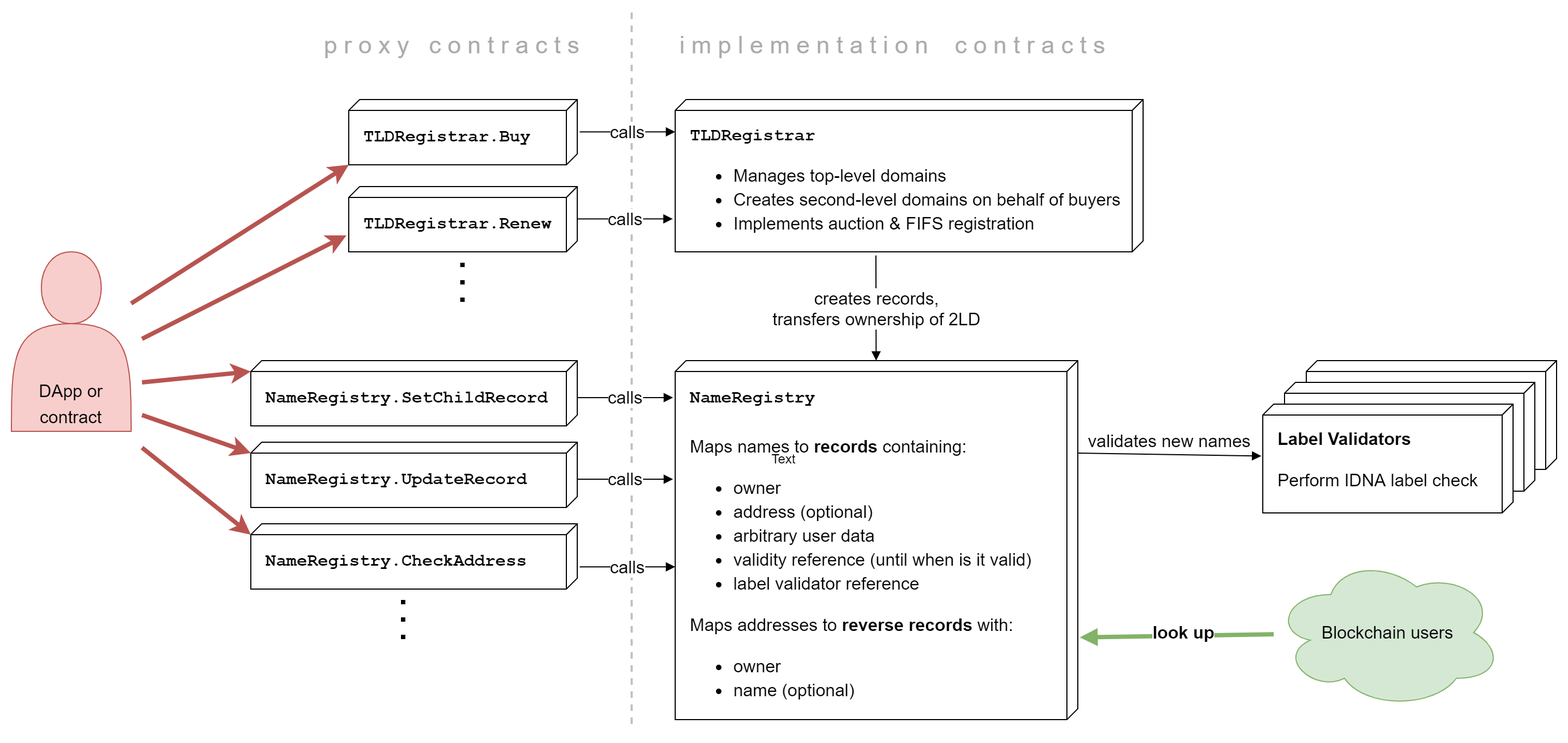
This is .gitbook/assets/smart_contracts.png from tezos-domains/docs, a draw.io export, as it was before one commit. Source tidied: cells renumbered, new cells last; positions are measured from the earlier drawing's top-left corner, leaving out a move shared by most shapes. Its diagram source:
```xml
<mxGraphModel background="#ffffff">
  <root>
    <mxCell id="0" />
    <mxCell id="1" parent="0" />
    <mxCell id="2" style="endArrow=none;html=1;strokeWidth=2;fontSize=22;dashed=1;strokeColor=#C2C2C2;spacing=2;jumpSize=12;startSize=6;jumpStyle=none;endSize=6;targetPerimeterSpacing=0;" parent="1" edge="1">
      <mxGeometry relative="1" as="geometry">
        <mxPoint x="570" as="sourcePoint" />
        <mxPoint x="570" y="660" as="targetPoint" />
      </mxGeometry>
    </mxCell>
    <mxCell id="3" value="&lt;font&gt;&lt;br&gt;&lt;/font&gt;" style="verticalAlign=top;align=left;spacingTop=16;spacingLeft=12;spacingRight=12;shape=cube;size=10;direction=south;fontStyle=0;html=1;fontSize=16;fontColor=#000000;" parent="1" vertex="1">
      <mxGeometry x="1190" y="320" width="230" height="100" as="geometry" />
    </mxCell>
    <mxCell id="4" value="&lt;font&gt;&lt;br&gt;&lt;/font&gt;" style="verticalAlign=top;align=left;spacingTop=16;spacingLeft=12;spacingRight=12;shape=cube;size=10;direction=south;fontStyle=0;html=1;fontSize=16;fontColor=#000000;" parent="1" vertex="1">
      <mxGeometry x="1170" y="340" width="230" height="100" as="geometry" />
    </mxCell>
    <mxCell id="5" value="&lt;font style=&quot;line-height: 140%&quot;&gt;&lt;font face=&quot;Courier New&quot;&gt;&lt;b&gt;&lt;font style=&quot;font-size: 16px&quot;&gt;NameRegistry&lt;/font&gt;&lt;br style=&quot;font-size: 16px&quot;&gt;&lt;br style=&quot;font-size: 16px&quot;&gt;&lt;/b&gt;&lt;/font&gt;Maps names to &lt;b&gt;records&lt;/b&gt; containing:&lt;br&gt;&lt;ul style=&quot;font-size: 16px&quot;&gt;&lt;li&gt;&lt;font style=&quot;font-size: 16px&quot;&gt;owner&lt;/font&gt;&lt;/li&gt;&lt;li&gt;address (optional)&lt;/li&gt;&lt;li&gt;&lt;span&gt;arbitrary user data&lt;/span&gt;&lt;/li&gt;&lt;li&gt;&lt;span&gt;validity reference (until when is&amp;nbsp;&lt;/span&gt;it valid)&lt;/li&gt;&lt;li&gt;label validator reference&lt;/li&gt;&lt;/ul&gt;&lt;div&gt;Maps addresses to &lt;b&gt;reverse records&lt;/b&gt; with:&lt;br&gt;&lt;ul style=&quot;line-height: 22.4px&quot;&gt;&lt;li&gt;owner&lt;/li&gt;&lt;li&gt;name (optional)&lt;/li&gt;&lt;/ul&gt;&lt;/div&gt;&lt;/font&gt;" style="verticalAlign=top;align=left;spacingTop=16;spacingLeft=12;spacingRight=12;shape=cube;size=10;direction=south;fontStyle=0;html=1;fontSize=16;fontColor=#000000;whiteSpace=wrap;" parent="1" vertex="1">
      <mxGeometry x="610" y="320" width="370" height="330" as="geometry" />
    </mxCell>
    <mxCell id="6" value="&lt;font&gt;&lt;font style=&quot;font-size: 16px&quot;&gt;&lt;b&gt;Label Validators&lt;/b&gt;&lt;/font&gt;&lt;br style=&quot;font-size: 16px&quot;&gt;&lt;br style=&quot;font-size: 16px&quot;&gt;Perform IDNA label check&lt;br&gt;&lt;/font&gt;" style="verticalAlign=top;align=left;spacingTop=16;spacingLeft=12;spacingRight=12;shape=cube;size=10;direction=south;fontStyle=0;html=1;fontSize=16;fontColor=#000000;" parent="1" vertex="1">
      <mxGeometry x="1150" y="360" width="230" height="100" as="geometry" />
    </mxCell>
    <mxCell id="7" value="validates new names" style="html=1;verticalAlign=bottom;endArrow=block;fontSize=16;fontColor=#000000;exitX=0;exitY=0;exitDx=85;exitDy=0;exitPerimeter=0;entryX=0.477;entryY=1.006;entryDx=0;entryDy=0;entryPerimeter=0;strokeWidth=1;" parent="1" edge="1" source="5" target="6">
      <mxGeometry relative="1" as="geometry" />
    </mxCell>
    <mxCell id="8" value="&lt;font&gt;&lt;font style=&quot;font-weight: bold ; font-family: &amp;#34;courier new&amp;#34; ; font-size: 16px&quot;&gt;TLDRegistrar&lt;/font&gt;&lt;br style=&quot;font-size: 16px&quot;&gt;&lt;ul style=&quot;line-height: 140%&quot;&gt;&lt;li&gt;&lt;font&gt;Manages top-level domains&lt;/font&gt;&lt;/li&gt;&lt;li&gt;&lt;font&gt;Creates second-level domains on behalf of buyers&lt;/font&gt;&lt;/li&gt;&lt;li&gt;&lt;font&gt;Implements auction &amp;amp; FIFS registration&lt;/font&gt;&lt;/li&gt;&lt;/ul&gt;&lt;/font&gt;" style="verticalAlign=top;align=left;spacingTop=16;spacingLeft=12;spacingRight=12;shape=cube;size=10;direction=south;fontStyle=0;html=1;fontSize=16;fontColor=#000000;" parent="1" vertex="1">
      <mxGeometry x="610" y="80" width="430" height="140" as="geometry" />
    </mxCell>
    <mxCell id="9" value="creates records,&lt;br&gt;transfers ownership of 2LD" style="html=1;verticalAlign=middle;endArrow=block;fontSize=16;fontColor=#000000;strokeWidth=1;exitX=1.024;exitY=0.571;exitDx=0;exitDy=0;exitPerimeter=0;" parent="1" edge="1" source="8" target="5">
      <mxGeometry relative="1" as="geometry" />
    </mxCell>
    <mxCell id="10" style="rounded=0;jettySize=auto;html=1;fontSize=16;fillColor=#f8cecc;strokeColor=#b85450;strokeWidth=4;entryX=1;entryY=1;entryDx=0;entryDy=0;entryPerimeter=0;" parent="1" edge="1" source="11" target="25">
      <mxGeometry relative="1" as="geometry" />
    </mxCell>
    <mxCell id="11" value="&lt;font style=&quot;font-size: 20px&quot;&gt;&lt;span style=&quot;font-size: 16px&quot;&gt;DApp or contract&lt;/span&gt;&lt;/font&gt;" style="shape=actor;whiteSpace=wrap;html=1;fontSize=20;verticalAlign=bottom;fontStyle=0;fillColor=#f8cecc;strokeColor=#b85450;" parent="1" vertex="1">
      <mxGeometry y="220" width="110" height="165" as="geometry" />
    </mxCell>
    <mxCell id="12" style="rounded=0;jettySize=auto;html=1;entryX=0;entryY=0;entryDx=10;entryDy=300;entryPerimeter=0;fontSize=16;fillColor=#f8cecc;strokeColor=#b85450;strokeWidth=4;" parent="1" edge="1" target="15">
      <mxGeometry x="-0.14" y="2" relative="1" as="geometry">
        <mxPoint x="120" y="340" as="sourcePoint" />
        <mxPoint x="1" as="offset" />
      </mxGeometry>
    </mxCell>
    <mxCell id="13" value="Blockchain users" style="ellipse;shape=cloud;whiteSpace=wrap;html=1;fontSize=16;fillColor=#d5e8d4;strokeColor=#82b366;" parent="1" vertex="1">
      <mxGeometry x="1160" y="500" width="210" height="140" as="geometry" />
    </mxCell>
    <mxCell id="14" value="look up" style="html=1;verticalAlign=bottom;endArrow=block;fontSize=16;fillColor=#d5e8d4;strokeColor=#82b366;strokeWidth=4;fontStyle=1;entryX=0.771;entryY=-0.005;entryDx=0;entryDy=0;entryPerimeter=0;" parent="1" edge="1" source="13" target="5">
      <mxGeometry x="-0.07" y="9" relative="1" as="geometry">
        <mxPoint x="-1" as="offset" />
      </mxGeometry>
    </mxCell>
    <mxCell id="15" value="&lt;font style=&quot;line-height: 140%&quot;&gt;&lt;font face=&quot;Courier New&quot;&gt;&lt;b&gt;&lt;font style=&quot;font-size: 16px&quot;&gt;NameRegistry.SetChildRecord&lt;/font&gt;&lt;/b&gt;&lt;/font&gt;&lt;/font&gt;" style="verticalAlign=top;align=left;spacingTop=16;spacingLeft=12;spacingRight=12;shape=cube;size=10;direction=south;fontStyle=0;html=1;fontSize=16;fontColor=#000000;whiteSpace=wrap;" parent="1" vertex="1">
      <mxGeometry x="220" y="320" width="300" height="60" as="geometry" />
    </mxCell>
    <mxCell id="16" value="calls" style="html=1;verticalAlign=middle;endArrow=block;fontSize=16;fontColor=#000000;strokeWidth=1;exitX=0.567;exitY=-0.001;exitDx=0;exitDy=0;exitPerimeter=0;" parent="1" edge="1" source="15">
      <mxGeometry relative="1" as="geometry">
        <mxPoint x="608" y="354" as="targetPoint" />
      </mxGeometry>
    </mxCell>
    <mxCell id="17" value="&lt;font style=&quot;line-height: 140%&quot;&gt;&lt;font face=&quot;Courier New&quot;&gt;&lt;b&gt;&lt;font style=&quot;font-size: 16px&quot;&gt;NameRegistry.UpdateRecord&lt;/font&gt;&lt;/b&gt;&lt;/font&gt;&lt;/font&gt;" style="verticalAlign=top;align=left;spacingTop=16;spacingLeft=12;spacingRight=12;shape=cube;size=10;direction=south;fontStyle=0;html=1;fontSize=16;fontColor=#000000;whiteSpace=wrap;" parent="1" vertex="1">
      <mxGeometry x="220" y="395" width="300" height="60" as="geometry" />
    </mxCell>
    <mxCell id="18" value="calls" style="html=1;verticalAlign=middle;endArrow=block;fontSize=16;fontColor=#000000;strokeWidth=1;exitX=0.567;exitY=-0.001;exitDx=0;exitDy=0;exitPerimeter=0;" parent="1" edge="1" source="17">
      <mxGeometry relative="1" as="geometry">
        <mxPoint x="608" y="429" as="targetPoint" />
      </mxGeometry>
    </mxCell>
    <mxCell id="19" style="endArrow=none;dashed=1;html=1;dashPattern=1 3;strokeWidth=4;" parent="1" edge="1">
      <mxGeometry relative="1" as="geometry">
        <mxPoint x="360" y="540" as="sourcePoint" />
        <mxPoint x="360" y="580" as="targetPoint" />
      </mxGeometry>
    </mxCell>
    <mxCell id="20" value="&lt;font style=&quot;line-height: 140%&quot;&gt;&lt;font face=&quot;Courier New&quot;&gt;&lt;b&gt;&lt;font style=&quot;font-size: 16px&quot;&gt;NameRegistry.CheckAddress&lt;/font&gt;&lt;/b&gt;&lt;/font&gt;&lt;/font&gt;" style="verticalAlign=top;align=left;spacingTop=16;spacingLeft=12;spacingRight=12;shape=cube;size=10;direction=south;fontStyle=0;html=1;fontSize=16;fontColor=#000000;whiteSpace=wrap;" parent="1" vertex="1">
      <mxGeometry x="220" y="470" width="300" height="60" as="geometry" />
    </mxCell>
    <mxCell id="21" value="calls" style="html=1;verticalAlign=middle;endArrow=block;fontSize=16;fontColor=#000000;strokeWidth=1;exitX=0.567;exitY=-0.001;exitDx=0;exitDy=0;exitPerimeter=0;" parent="1" edge="1">
      <mxGeometry relative="1" as="geometry">
        <mxPoint x="522.3" y="509.6" as="sourcePoint" />
        <mxPoint x="610" y="509.6" as="targetPoint" />
      </mxGeometry>
    </mxCell>
    <mxCell id="22" style="rounded=0;jettySize=auto;html=1;entryX=0;entryY=0;entryDx=10;entryDy=300;entryPerimeter=0;fontSize=16;fillColor=#f8cecc;strokeColor=#b85450;strokeWidth=4;" parent="1" edge="1" target="17">
      <mxGeometry x="-0.14" y="2" relative="1" as="geometry">
        <mxPoint x="120" y="370" as="sourcePoint" />
        <mxPoint x="1" as="offset" />
      </mxGeometry>
    </mxCell>
    <mxCell id="23" style="rounded=0;jettySize=auto;html=1;entryX=0;entryY=0;entryDx=10;entryDy=300;entryPerimeter=0;fontSize=16;fillColor=#f8cecc;strokeColor=#b85450;strokeWidth=4;" parent="1" edge="1" target="20">
      <mxGeometry x="-0.14" y="2" relative="1" as="geometry">
        <mxPoint x="120" y="400" as="sourcePoint" />
        <mxPoint x="1" as="offset" />
      </mxGeometry>
    </mxCell>
    <mxCell id="24" value="&lt;font style=&quot;line-height: 140%&quot;&gt;&lt;font face=&quot;Courier New&quot;&gt;&lt;b&gt;&lt;font style=&quot;font-size: 16px&quot;&gt;TLDRegistrar.Renew&lt;/font&gt;&lt;/b&gt;&lt;/font&gt;&lt;/font&gt;" style="verticalAlign=top;align=left;spacingTop=16;spacingLeft=12;spacingRight=12;shape=cube;size=10;direction=south;fontStyle=0;html=1;fontSize=16;fontColor=#000000;whiteSpace=wrap;" parent="1" vertex="1">
      <mxGeometry x="310" y="160" width="210" height="60" as="geometry" />
    </mxCell>
    <mxCell id="25" value="&lt;font style=&quot;line-height: 140%&quot;&gt;&lt;font face=&quot;Courier New&quot;&gt;&lt;b&gt;&lt;font style=&quot;font-size: 16px&quot;&gt;TLDRegistrar.Buy&lt;/font&gt;&lt;/b&gt;&lt;/font&gt;&lt;/font&gt;" style="verticalAlign=top;align=left;spacingTop=16;spacingLeft=12;spacingRight=12;shape=cube;size=10;direction=south;fontStyle=0;html=1;fontSize=16;fontColor=#000000;whiteSpace=wrap;" parent="1" vertex="1">
      <mxGeometry x="310" y="80" width="210" height="60" as="geometry" />
    </mxCell>
    <mxCell id="26" style="rounded=0;jettySize=auto;html=1;fontSize=16;fillColor=#f8cecc;strokeColor=#b85450;strokeWidth=4;entryX=0.747;entryY=1.01;entryDx=0;entryDy=0;entryPerimeter=0;" parent="1" edge="1" target="24">
      <mxGeometry relative="1" as="geometry">
        <mxPoint x="120" y="300" as="sourcePoint" />
      </mxGeometry>
    </mxCell>
    <mxCell id="27" style="endArrow=none;dashed=1;html=1;dashPattern=1 3;strokeWidth=4;" parent="1" edge="1">
      <mxGeometry relative="1" as="geometry">
        <mxPoint x="414.5" y="230" as="sourcePoint" />
        <mxPoint x="414.5" y="270" as="targetPoint" />
      </mxGeometry>
    </mxCell>
    <mxCell id="28" value="calls" style="html=1;verticalAlign=middle;endArrow=block;fontSize=16;fontColor=#000000;strokeWidth=1;exitX=0.567;exitY=-0.001;exitDx=0;exitDy=0;exitPerimeter=0;" parent="1" edge="1">
      <mxGeometry relative="1" as="geometry">
        <mxPoint x="522.3" y="109.7" as="sourcePoint" />
        <mxPoint x="610" y="109.7" as="targetPoint" />
      </mxGeometry>
    </mxCell>
    <mxCell id="29" value="calls" style="html=1;verticalAlign=middle;endArrow=block;fontSize=16;fontColor=#000000;strokeWidth=1;exitX=0.567;exitY=-0.001;exitDx=0;exitDy=0;exitPerimeter=0;" parent="1" edge="1">
      <mxGeometry relative="1" as="geometry">
        <mxPoint x="520" y="189.7" as="sourcePoint" />
        <mxPoint x="607.7" y="189.7" as="targetPoint" />
      </mxGeometry>
    </mxCell>
    <mxCell id="30" value="Text" style="text;html=1;strokeColor=none;fillColor=none;align=center;verticalAlign=middle;whiteSpace=wrap;rounded=0;" parent="1" vertex="1">
      <mxGeometry x="690" y="400" width="40" height="20" as="geometry" />
    </mxCell>
    <mxCell id="31" value="p r o x y&amp;nbsp; &amp;nbsp;c o n t r a c t s" style="text;html=1;strokeColor=none;fillColor=none;align=center;verticalAlign=middle;whiteSpace=wrap;rounded=0;fontSize=22;spacing=2;fontColor=#ABABAB;" parent="1" vertex="1">
      <mxGeometry x="240" y="20" width="330" height="20" as="geometry" />
    </mxCell>
    <mxCell id="32" value="i m p l e m e n t a t i o n&amp;nbsp; &amp;nbsp; c o n t r a c t s" style="text;html=1;strokeColor=none;fillColor=none;align=center;verticalAlign=middle;whiteSpace=wrap;rounded=0;fontSize=22;spacing=2;fontColor=#ABABAB;" parent="1" vertex="1">
      <mxGeometry x="580" y="20" width="460" height="20" as="geometry" />
    </mxCell>
  </root>
</mxGraphModel>
```
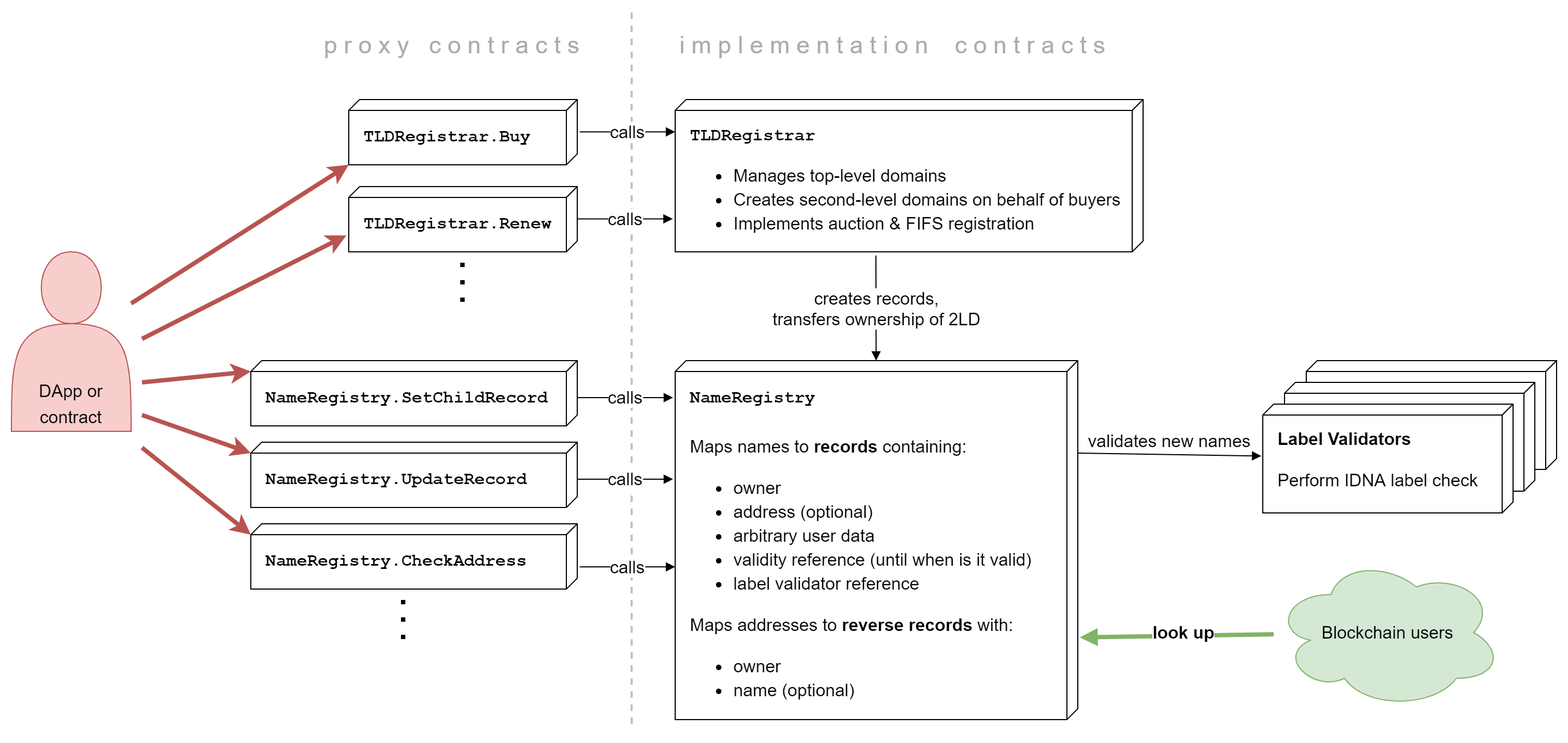
The same file after the commit.

Commit message:
GitBook: [master] no pages and one asset modified

The edit, as a diff of the source:
```diff
@@ -121,9 +121,6 @@
         <mxPoint x="607.7" y="189.7" as="targetPoint" />
       </mxGeometry>
     </mxCell>
-    <mxCell id="30" value="Text" style="text;html=1;strokeColor=none;fillColor=none;align=center;verticalAlign=middle;whiteSpace=wrap;rounded=0;" parent="1" vertex="1">
-      <mxGeometry x="690" y="400" width="40" height="20" as="geometry" />
-    </mxCell>
     <mxCell id="31" value="p r o x y&amp;nbsp; &amp;nbsp;c o n t r a c t s" style="text;html=1;strokeColor=none;fillColor=none;align=center;verticalAlign=middle;whiteSpace=wrap;rounded=0;fontSize=22;spacing=2;fontColor=#ABABAB;" parent="1" vertex="1">
       <mxGeometry x="240" y="20" width="330" height="20" as="geometry" />
     </mxCell>
```
